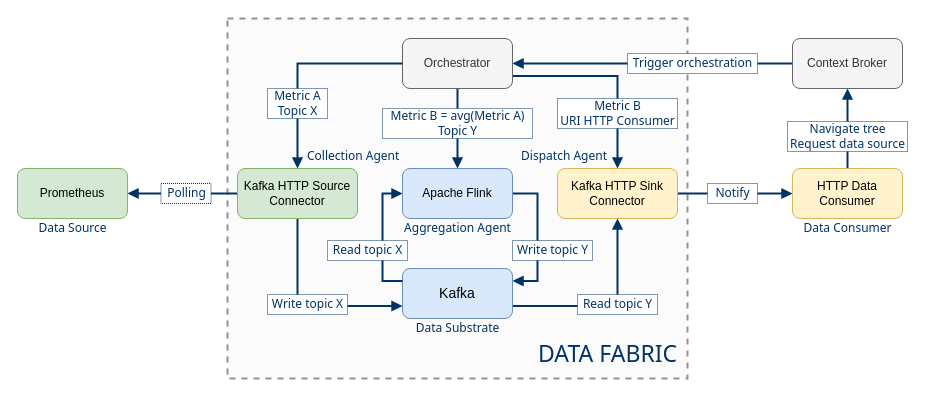
Before: page "data fabric" (5 of 5) of docs/semantic aggregator.drawio in giros-dit/semantic-data-aggregator, a draw.io diagram. Source tidied: cells renumbered, new cells numbered last; positions are measured from the earlier drawing's top-left corner, leaving out a move shared by most shapes. Both pictures are drawn from the tidied source at 100%, with x=0, y=0 at pixel (17, 18).
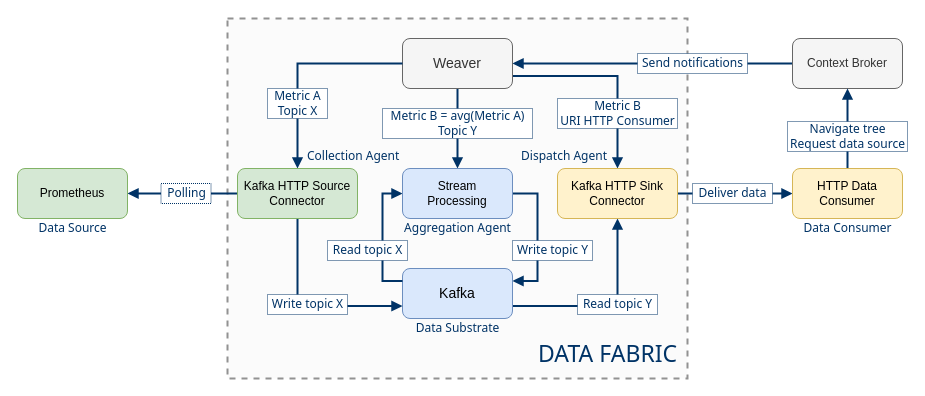
The same diagram, later.

What changed in the source:
```diff
@@
-    <mxCell id="12" value="Orchestrator" style="rounded=1;whiteSpace=wrap;html=1;fontFamily=Helvetica;fillColor=#f5f5f5;strokeColor=#666666;fontColor=#333333;" parent="1" vertex="1">
+    <mxCell id="12" value="Weaver" style="rounded=1;whiteSpace=wrap;html=1;fontFamily=Helvetica;fillColor=#f5f5f5;strokeColor=#666666;fontColor=#333333;fontSize=14;" parent="1" vertex="1">
       <mxGeometry x="385" y="20" width="110" height="50" as="geometry" />
     </mxCell>
@@
-    <mxCell id="21" value="Apache Flink" style="rounded=1;whiteSpace=wrap;html=1;fontFamily=Helvetica;fillColor=#dae8fc;strokeColor=#6c8ebf;" parent="1" vertex="1">
+    <mxCell id="21" value="Stream &lt;br&gt;Processing" style="rounded=1;whiteSpace=wrap;html=1;fontFamily=Helvetica;fillColor=#dae8fc;strokeColor=#6c8ebf;" parent="1" vertex="1">
       <mxGeometry x="385" y="150" width="110" height="50" as="geometry" />
     </mxCell>
@@
-    <mxCell id="35" value="&lt;font style=&quot;font-size: 12px&quot;&gt;Notify&lt;/font&gt;" style="text;html=1;align=center;verticalAlign=middle;rounded=0;fontSize=10;fontColor=#003366;strokeColor=#003366;strokeWidth=1;labelBackgroundColor=#ffffff;endFill=1;endArrow=block;startFill=0;startArrow=none;fillColor=#ffffff;dashed=1;dashPattern=1 1;fontFamily=Tahoma;" parent="1" vertex="1">
-      <mxGeometry x="690" y="165" width="50" height="20" as="geometry" />
+    <mxCell id="35" value="&lt;font style=&quot;font-size: 12px&quot;&gt;Deliver data&lt;/font&gt;" style="text;html=1;align=center;verticalAlign=middle;rounded=0;fontSize=10;fontColor=#003366;strokeColor=#003366;strokeWidth=1;labelBackgroundColor=#ffffff;endFill=1;endArrow=block;startFill=0;startArrow=none;fillColor=#ffffff;dashed=1;dashPattern=1 1;fontFamily=Tahoma;" parent="1" vertex="1">
+      <mxGeometry x="675" y="165" width="80" height="20" as="geometry" />
     </mxCell>
@@
-    <mxCell id="39" value="&lt;font style=&quot;font-size: 12px&quot;&gt;Trigger orchestration&lt;br&gt;&lt;/font&gt;" style="text;html=1;align=center;verticalAlign=middle;rounded=0;fontSize=10;fontColor=#003366;strokeColor=#003366;strokeWidth=1;labelBackgroundColor=#ffffff;endFill=1;endArrow=block;startFill=0;startArrow=none;fillColor=#ffffff;dashed=1;dashPattern=1 1;fontFamily=Tahoma;" parent="1" vertex="1">
-      <mxGeometry x="610" y="35" width="130" height="20" as="geometry" />
+    <mxCell id="39" value="&lt;font style=&quot;font-size: 12px&quot;&gt;Send notifications&lt;br&gt;&lt;/font&gt;" style="text;html=1;align=center;verticalAlign=middle;rounded=0;fontSize=10;fontColor=#003366;strokeColor=#003366;strokeWidth=1;labelBackgroundColor=#ffffff;endFill=1;endArrow=block;startFill=0;startArrow=none;fillColor=#ffffff;dashed=1;dashPattern=1 1;fontFamily=Tahoma;" parent="1" vertex="1">
+      <mxGeometry x="620" y="35" width="110" height="20" as="geometry" />
     </mxCell>
```
